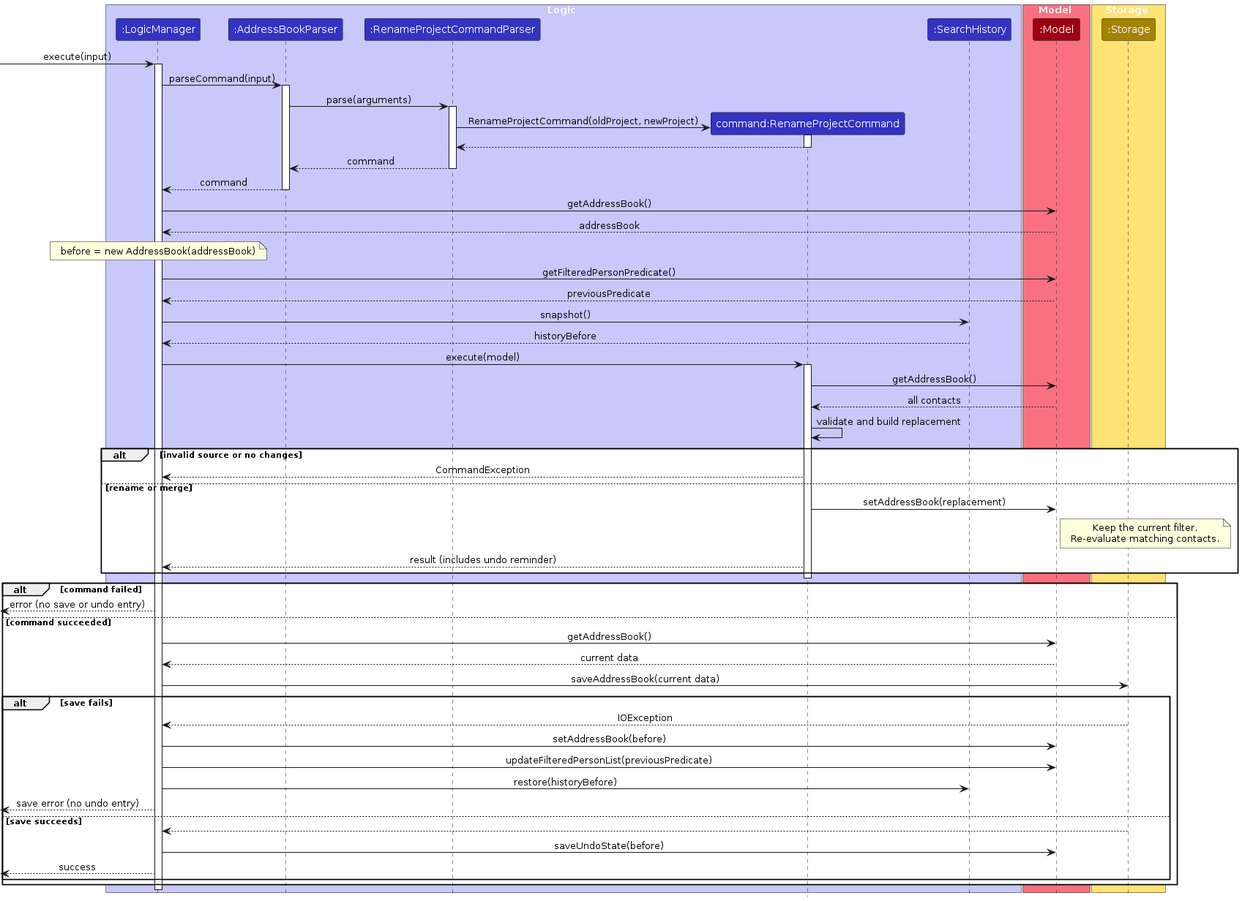
Earlier version of the PlantUML export diagrams/RenameProjectSequenceDiagram.png (AY2627S1-CS2103T-W14-2/tp). Its source is kept beside it as diagrams/RenameProjectSequenceDiagram.puml.
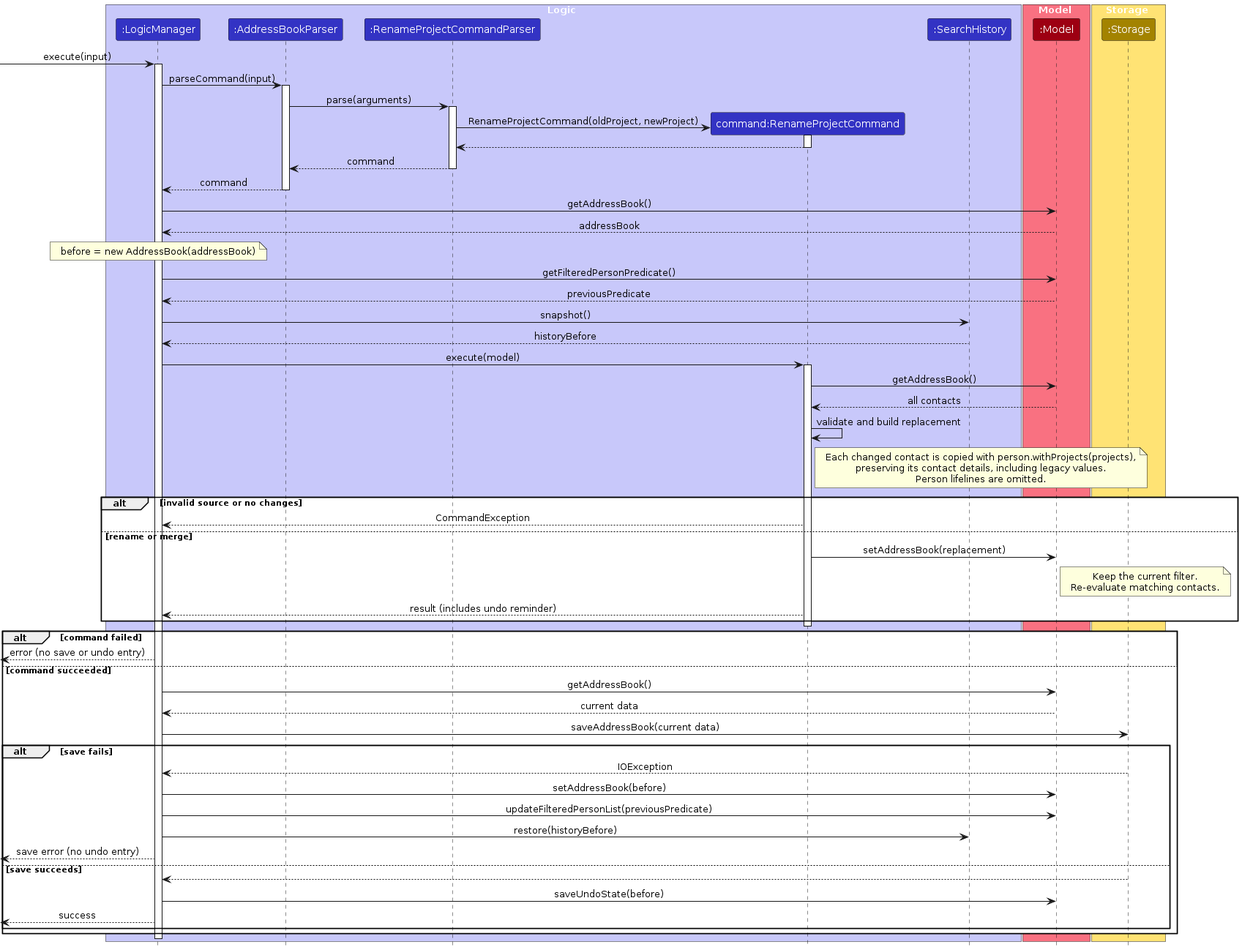
Later version of the same file.

Diff of the diagram source:
```diff
@@ -47,6 +47,11 @@
 Command -> Model : getAddressBook()
 Model --> Command : all contacts
 Command -> Command : validate and build replacement
+note right of Command
+    Each changed contact is copied with person.withProjects(projects),
+    preserving its contact details, including legacy values.
+    Person lifelines are omitted.
+end note
 alt invalid source or no changes
     Command --> Logic : CommandException
 else rename or merge
```
